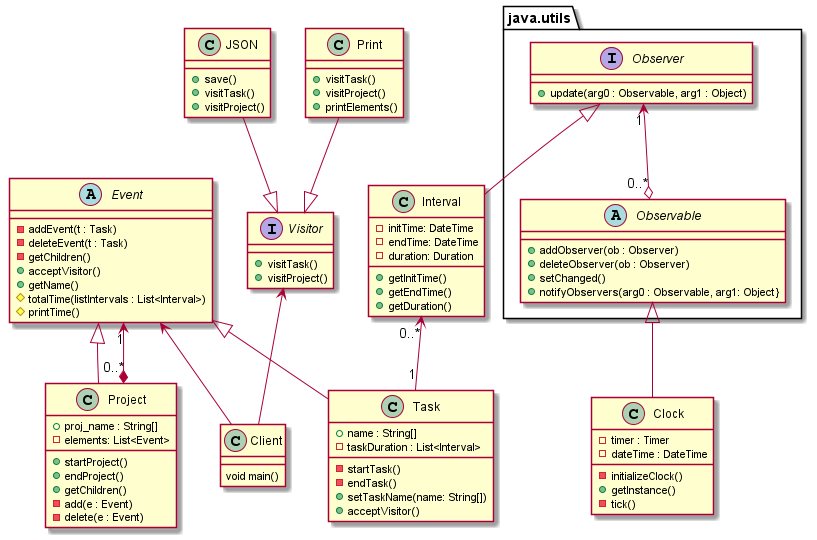
guillem-martinez/DS-Projecte keeps this PlantUML diagram as Class_diag.png. Above is the earlier version.
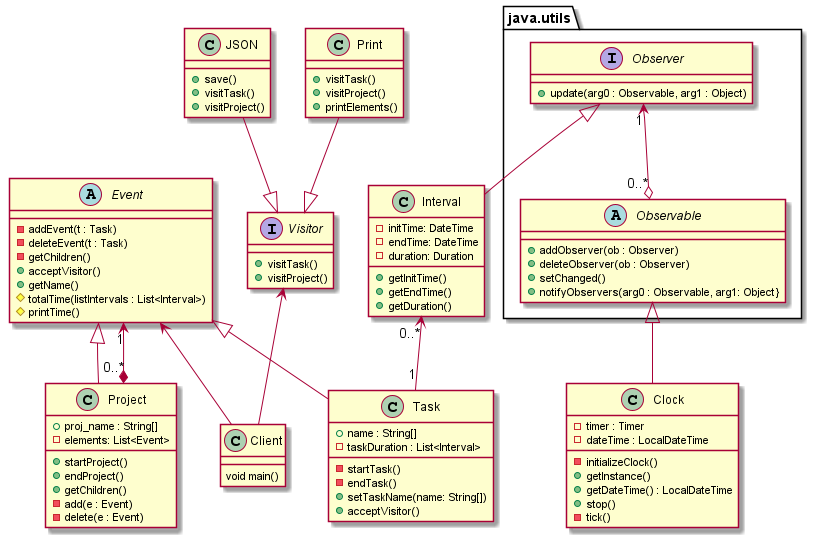
After the commit.

Change to the diagram source:
```diff
@@ -32,9 +32,11 @@
 
 class Clock{
 - timer : Timer
-- dateTime : DateTime
+- dateTime : LocalDateTime
 - initializeClock()
 + getInstance()
++ getDateTime() : LocalDateTime
++ stop()
 - tick()
 }
 
```
